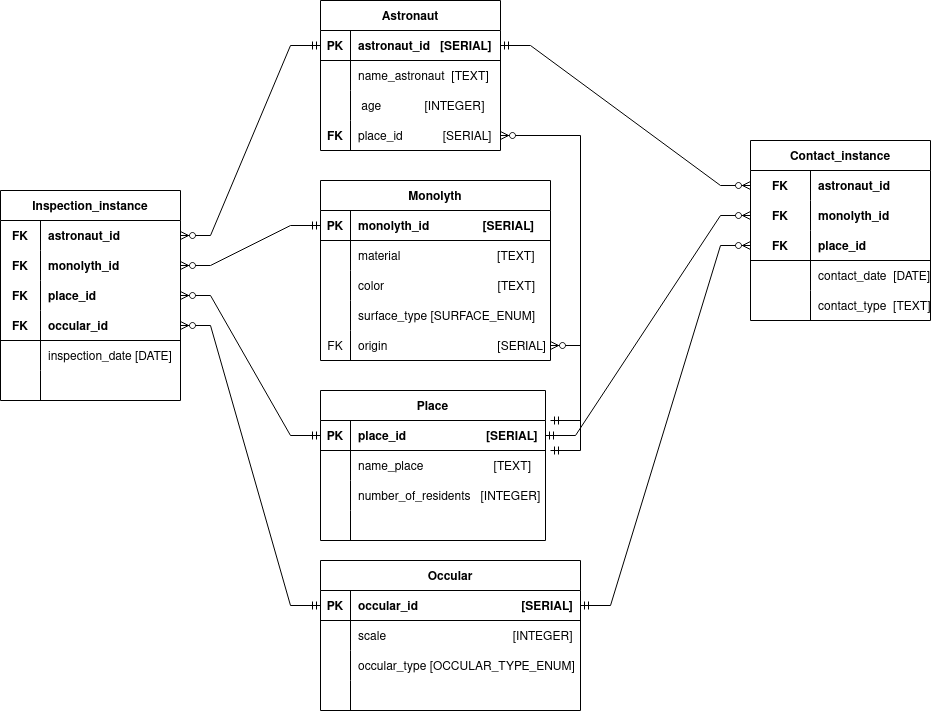
Earlier version of the draw.io export Datalogic.png (usopshiy/BD_lab1). Source tidied: cells renumbered, new cells last; positions are measured from the earlier drawing's top-left corner, leaving out a move shared by most shapes.
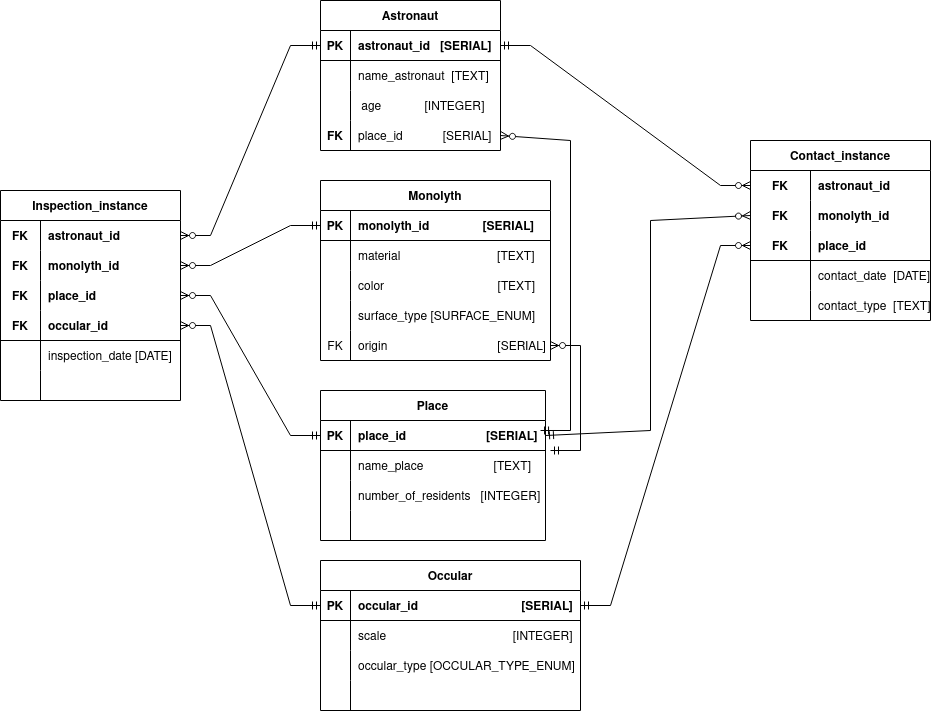
Later version of the same file.

The edit, as a diff of the source:
```diff
@@ -236,9 +236,12 @@
     <mxCell id="79" style="edgeStyle=entityRelationEdgeStyle;fontSize=12;html=1;endArrow=ERzeroToMany;startArrow=ERmandOne;rounded=0;entryX=1;entryY=0.5;entryDx=0;entryDy=0;exitX=0;exitY=0.5;exitDx=0;exitDy=0;" parent="1" edge="1" source="45" target="67">
       <mxGeometry relative="1" as="geometry" />
     </mxCell>
-    <mxCell id="80" style="edgeStyle=entityRelationEdgeStyle;fontSize=12;html=1;endArrow=ERzeroToMany;startArrow=ERmandOne;rounded=0;entryX=1;entryY=0.5;entryDx=0;entryDy=0;" parent="1" edge="1" target="12">
+    <mxCell id="80" style="fontSize=12;html=1;endArrow=ERzeroToMany;startArrow=ERmandOne;rounded=0;entryX=1;entryY=0.5;entryDx=0;entryDy=0;exitX=0.978;exitY=0.333;exitDx=0;exitDy=0;exitPerimeter=0;" parent="1" edge="1" source="16" target="12">
       <mxGeometry relative="1" as="geometry">
-        <mxPoint x="550" y="420" as="sourcePoint" />
+        <Array as="points">
+          <mxPoint x="570" y="430" />
+          <mxPoint x="570" y="140" />
+        </Array>
       </mxGeometry>
     </mxCell>
     <mxCell id="81" style="edgeStyle=entityRelationEdgeStyle;fontSize=12;html=1;endArrow=ERzeroToMany;startArrow=ERmandOne;rounded=0;entryX=1;entryY=0.5;entryDx=0;entryDy=0;" parent="1" edge="1" target="41">
@@ -297,8 +300,13 @@
     <mxCell id="98" style="edgeStyle=entityRelationEdgeStyle;fontSize=12;html=1;endArrow=ERzeroToMany;startArrow=ERmandOne;rounded=0;entryX=0;entryY=0.5;entryDx=0;entryDy=0;exitX=1;exitY=0.5;exitDx=0;exitDy=0;" parent="1" edge="1" source="3" target="83">
       <mxGeometry relative="1" as="geometry" />
     </mxCell>
-    <mxCell id="99" style="edgeStyle=entityRelationEdgeStyle;fontSize=12;html=1;endArrow=ERzeroToMany;startArrow=ERmandOne;rounded=0;entryX=0;entryY=0.5;entryDx=0;entryDy=0;exitX=1;exitY=0.5;exitDx=0;exitDy=0;" parent="1" edge="1" source="16" target="86">
-      <mxGeometry relative="1" as="geometry" />
+    <mxCell id="99" style="fontSize=12;html=1;endArrow=ERzeroToMany;startArrow=ERmandOne;rounded=0;entryX=0;entryY=0.5;entryDx=0;entryDy=0;exitX=1;exitY=0.5;exitDx=0;exitDy=0;" parent="1" edge="1" source="16" target="86">
+      <mxGeometry relative="1" as="geometry">
+        <Array as="points">
+          <mxPoint x="650" y="430" />
+          <mxPoint x="650" y="220" />
+        </Array>
+      </mxGeometry>
     </mxCell>
     <mxCell id="100" style="edgeStyle=entityRelationEdgeStyle;fontSize=12;html=1;endArrow=ERzeroToMany;startArrow=ERmandOne;rounded=0;entryX=0;entryY=0.5;entryDx=0;entryDy=0;exitX=1;exitY=0.5;exitDx=0;exitDy=0;" parent="1" edge="1" source="45" target="89">
       <mxGeometry relative="1" as="geometry" />
```
